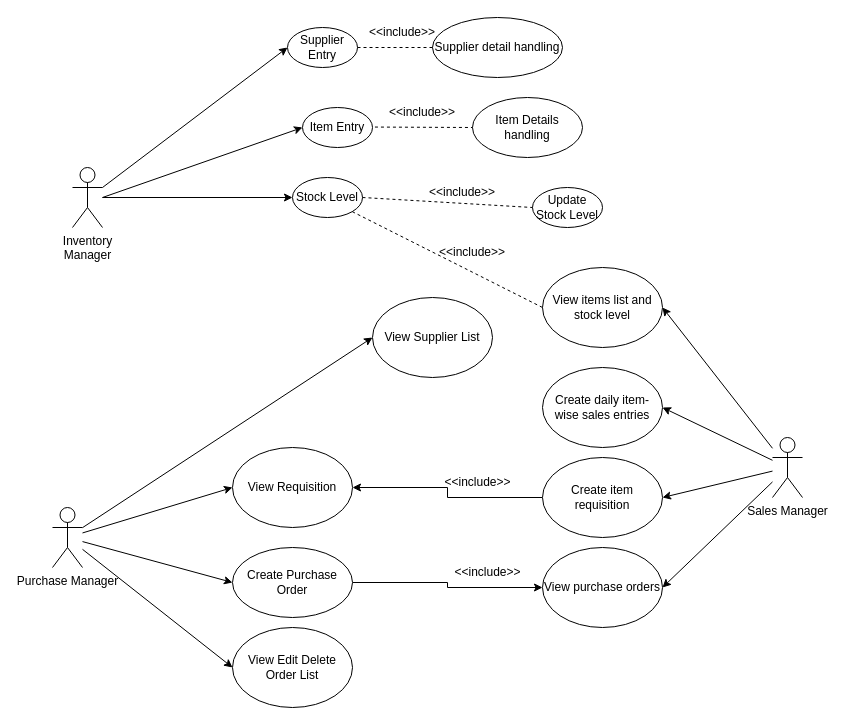
Before: UseCase.drawio in WWeWenBininn/WWeWenBininn, a draw.io diagram. Source tidied: cells renumbered, new cells numbered last; positions are measured from the earlier drawing's top-left corner, leaving out a move shared by most shapes. Both pictures are drawn from the tidied source at 100%, with x=0, y=0 at pixel (52, 17).
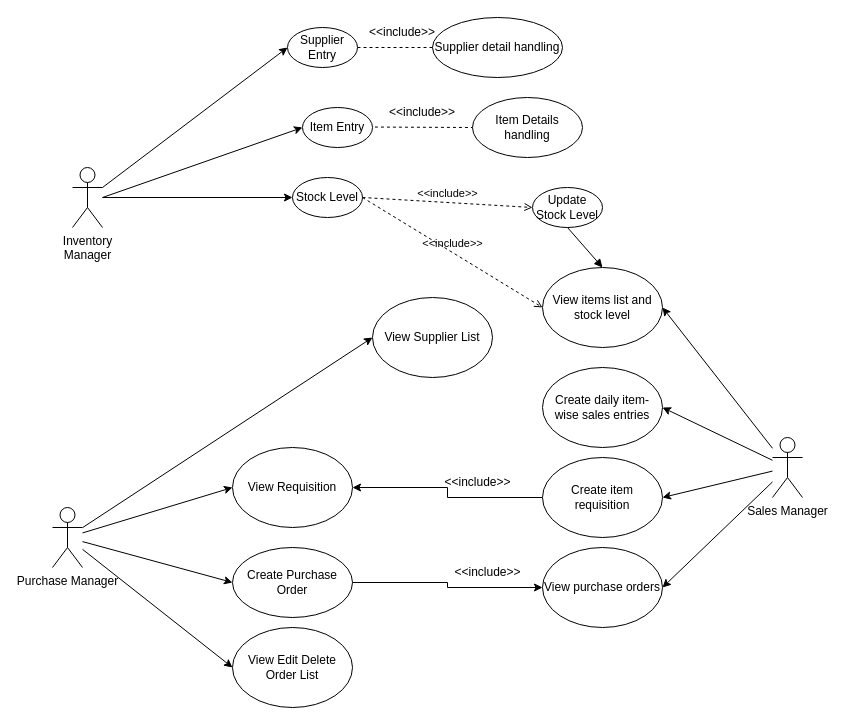
After the change.

The change refers to these unchanged cells:
```xml
<mxCell id="17" value="View items list and stock level" style="ellipse;whiteSpace=wrap;html=1;" parent="1" vertex="1">
  <mxGeometry x="490" y="250" width="120" height="80" as="geometry" />
</mxCell>
<mxCell id="27" value="Stock Level" style="ellipse;whiteSpace=wrap;html=1;" parent="1" vertex="1">
  <mxGeometry x="240" y="160" width="70" height="40" as="geometry" />
</mxCell>
<mxCell id="30" value="Update Stock Level" style="ellipse;whiteSpace=wrap;html=1;" parent="1" vertex="1">
  <mxGeometry x="480" y="170" width="70" height="40" as="geometry" />
</mxCell>
```

Change to the diagram source:
```diff
@@
-    <mxCell id="38" style="endArrow=none;dashed=1;html=1;rounded=0;exitX=1;exitY=1;exitDx=0;exitDy=0;entryX=0;entryY=0.5;entryDx=0;entryDy=0;" parent="1" edge="1" source="27" target="17">
-      <mxGeometry relative="1" as="geometry" />
-    </mxCell>
-    <mxCell id="39" style="endArrow=none;dashed=1;html=1;rounded=0;exitX=1;exitY=0.5;exitDx=0;exitDy=0;entryX=0;entryY=0.5;entryDx=0;entryDy=0;" parent="1" edge="1" source="27" target="30">
+    <mxCell id="39" value="&amp;lt;&amp;lt;include&amp;gt;&amp;gt;" style="html=1;verticalAlign=bottom;labelBackgroundColor=none;endArrow=open;endFill=0;dashed=1;rounded=0;exitX=1;exitY=0.5;exitDx=0;exitDy=0;entryX=0;entryY=0.5;entryDx=0;entryDy=0;" parent="1" edge="1" source="27" target="30">
       <mxGeometry relative="1" as="geometry" />
     </mxCell>
-    <mxCell id="40" value="&amp;lt;&amp;lt;include&amp;gt;&amp;gt;" style="text;html=1;align=center;verticalAlign=middle;whiteSpace=wrap;rounded=0;" parent="1" vertex="1">
-      <mxGeometry x="390" y="220" width="60" height="30" as="geometry" />
-    </mxCell>
-    <mxCell id="41" value="&amp;lt;&amp;lt;include&amp;gt;&amp;gt;" style="text;html=1;align=center;verticalAlign=middle;whiteSpace=wrap;rounded=0;" parent="1" vertex="1">
-      <mxGeometry x="380" y="160" width="60" height="30" as="geometry" />
-    </mxCell>
+    <mxCell id="42" value="&amp;lt;&amp;lt;include&amp;gt;&amp;gt;" style="html=1;verticalAlign=bottom;labelBackgroundColor=none;endArrow=open;endFill=0;dashed=1;rounded=0;entryX=0;entryY=0.5;entryDx=0;entryDy=0;" parent="1" edge="1" target="17">
+      <mxGeometry relative="1" as="geometry">
+        <mxPoint x="310" y="180" as="sourcePoint" />
+      </mxGeometry>
+    </mxCell>
+    <mxCell id="43" style="html=1;verticalAlign=bottom;labelBackgroundColor=none;endArrow=block;endFill=1;rounded=0;exitX=0.5;exitY=1;exitDx=0;exitDy=0;" parent="1" edge="1" source="30">
+      <mxGeometry relative="1" as="geometry">
+        <mxPoint x="550" y="250" as="targetPoint" />
+      </mxGeometry>
+    </mxCell>
```
